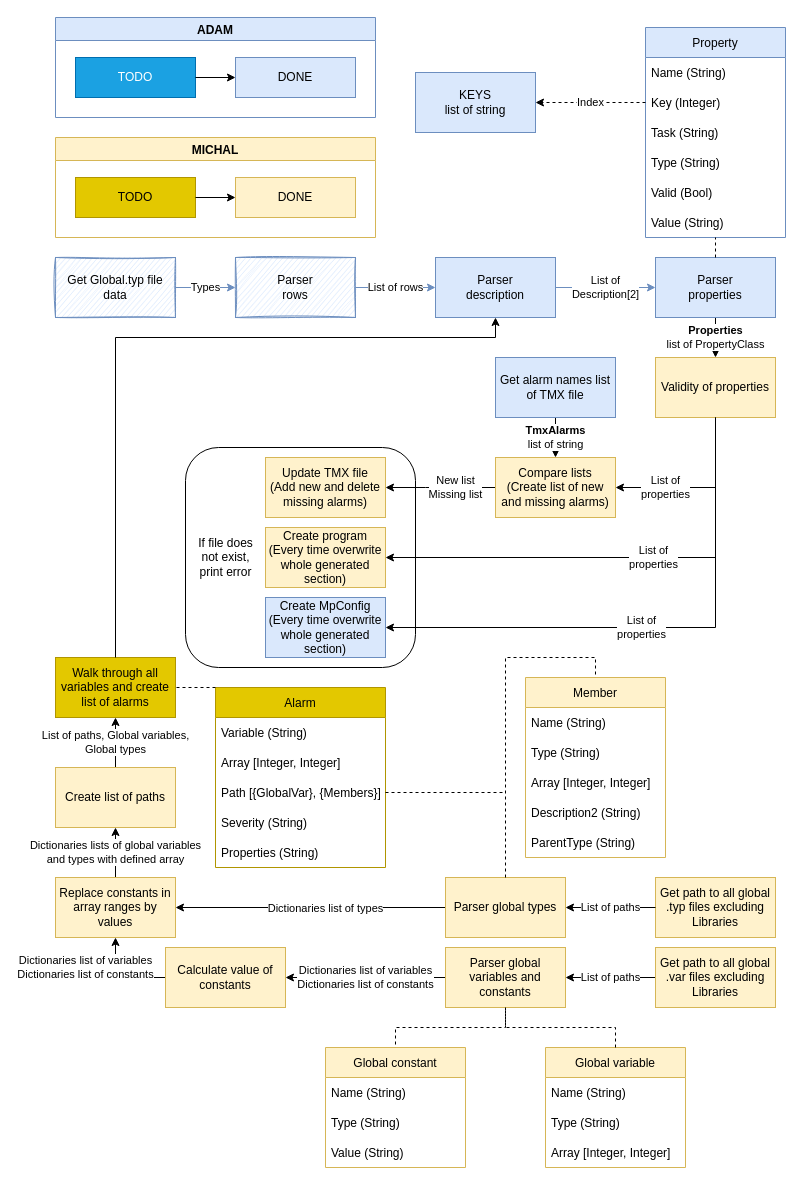
Above: CreateAlarms.drawio in br-automation-community-oss/create-alarms (draw.io), before the change. Source tidied: cells renumbered, new cells numbered last; positions are measured from the earlier drawing's top-left corner, leaving out a move shared by most shapes. Both pictures are drawn from the tidied source at 100%, with x=0, y=0 at pixel (55, 17).
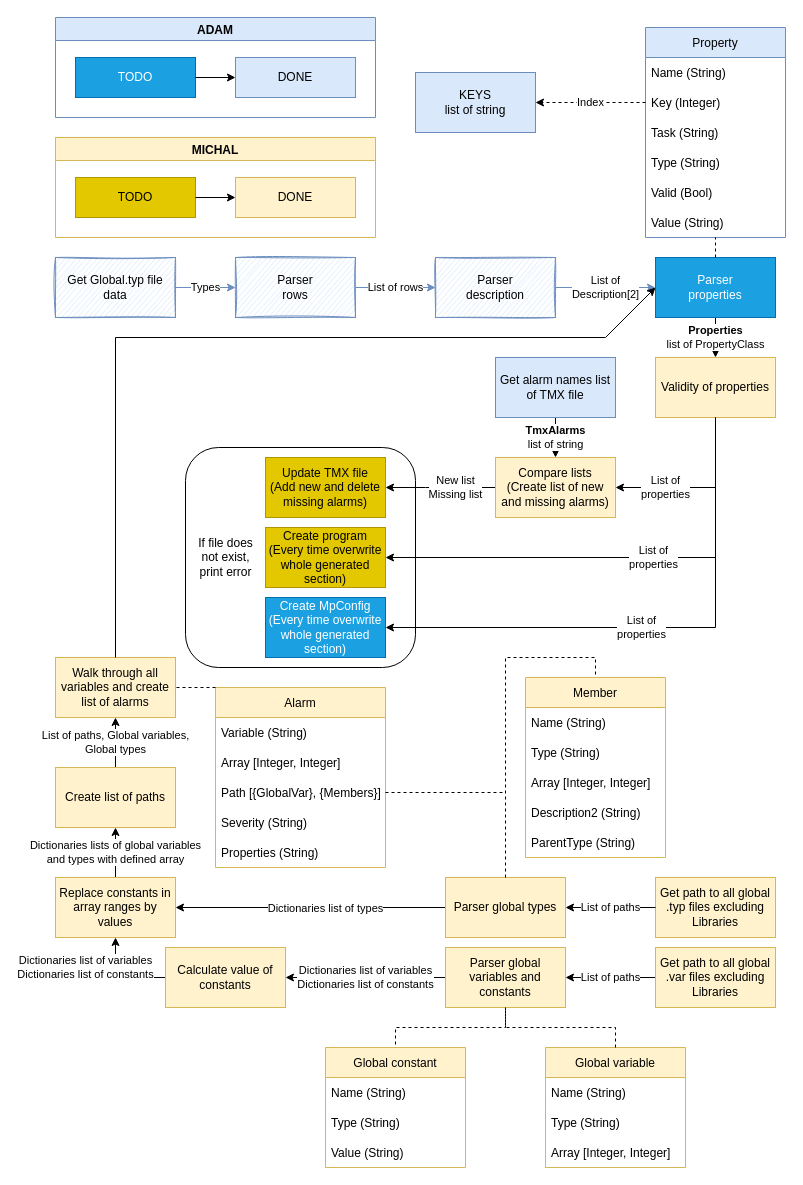
After the change.

What changed in the source:
```diff
@@
-    <mxCell id="11" value="Parser&lt;br&gt;description" style="rounded=0;whiteSpace=wrap;html=1;fillColor=#dae8fc;strokeColor=#6c8ebf;" parent="1" vertex="1">
+    <mxCell id="11" value="Parser&lt;br&gt;description" style="rounded=0;whiteSpace=wrap;html=1;fillColor=#dae8fc;strokeColor=#6c8ebf;fontColor=rgb(0, 0, 0);shadow=0;gradientDirection=west;glass=0;sketch=1;" parent="1" vertex="1">
       <mxGeometry x="380" y="240" width="120" height="60" as="geometry" />
     </mxCell>
@@
-    <mxCell id="15" value="Parser&lt;br&gt;properties" style="rounded=0;whiteSpace=wrap;html=1;fillColor=#dae8fc;strokeColor=#6c8ebf;" parent="1" vertex="1">
+    <mxCell id="15" value="Parser&lt;br&gt;properties" style="rounded=0;whiteSpace=wrap;html=1;fillColor=#1ba1e2;strokeColor=#006EAF;fontColor=#ffffff;" parent="1" vertex="1">
       <mxGeometry x="600" y="240" width="120" height="60" as="geometry" />
     </mxCell>
@@
-    <mxCell id="21" value="Create program&lt;br&gt;(Every time overwrite whole generated section)" style="whiteSpace=wrap;html=1;rounded=0;fillColor=#fff2cc;strokeColor=#d6b656;" parent="1" vertex="1">
+    <mxCell id="21" value="Create program&lt;br&gt;(Every time overwrite whole generated section)" style="whiteSpace=wrap;html=1;rounded=0;fillColor=#e3c800;strokeColor=#B09500;fontColor=#000000;" parent="1" vertex="1">
       <mxGeometry x="210" y="510" width="120" height="60" as="geometry" />
     </mxCell>
-    <mxCell id="22" value="Create MpConfig&lt;br&gt;(Every time overwrite whole generated section)" style="whiteSpace=wrap;html=1;rounded=0;fillColor=#dae8fc;strokeColor=#6c8ebf;" parent="1" vertex="1">
+    <mxCell id="22" value="Create MpConfig&lt;br&gt;(Every time overwrite whole generated section)" style="whiteSpace=wrap;html=1;rounded=0;fillColor=#1ba1e2;strokeColor=#006EAF;fontColor=#ffffff;" parent="1" vertex="1">
       <mxGeometry x="210" y="580" width="120" height="60" as="geometry" />
     </mxCell>
@@
-    <mxCell id="32" value="Update TMX file&lt;br&gt;(Add new and delete missing alarms)" style="rounded=0;whiteSpace=wrap;html=1;fillColor=#fff2cc;strokeColor=#d6b656;" parent="1" vertex="1">
+    <mxCell id="32" value="Update TMX file&lt;br&gt;(Add new and delete missing alarms)" style="rounded=0;whiteSpace=wrap;html=1;fillColor=#e3c800;strokeColor=#B09500;fontColor=#000000;" parent="1" vertex="1">
       <mxGeometry x="210" y="440" width="120" height="60" as="geometry" />
     </mxCell>
@@
-    <mxCell id="59" value="Walk through all variables and create list of alarms" style="whiteSpace=wrap;html=1;rounded=0;strokeColor=#B09500;fillColor=#e3c800;fontColor=#000000;" parent="1" vertex="1">
+    <mxCell id="59" value="Walk through all variables and create list of alarms" style="whiteSpace=wrap;html=1;rounded=0;strokeColor=#d6b656;fillColor=#fff2cc;" parent="1" vertex="1">
       <mxGeometry y="640" width="120" height="60" as="geometry" />
     </mxCell>
@@
-    <mxCell id="72" value="Alarm" style="swimlane;fontStyle=0;horizontal=1;startSize=30;fillColor=#e3c800;strokeColor=#B09500;fontColor=#000000;" parent="1" vertex="1">
+    <mxCell id="72" value="Alarm" style="swimlane;fontStyle=0;horizontal=1;startSize=30;fillColor=#fff2cc;strokeColor=#d6b656;" parent="1" vertex="1">
       <mxGeometry x="160" y="670" width="170" height="180" as="geometry" />
     </mxCell>
@@
-    <mxCell id="79" style="endArrow=classic;html=1;rounded=0;exitX=0.5;exitY=0;exitDx=0;exitDy=0;entryX=0.5;entryY=1;entryDx=0;entryDy=0;" parent="1" edge="1" source="59" target="11">
+    <mxCell id="79" style="endArrow=classic;html=1;rounded=0;exitX=0.5;exitY=0;exitDx=0;exitDy=0;entryX=0;entryY=0.5;entryDx=0;entryDy=0;" parent="1" edge="1" source="59" target="15">
       <mxGeometry relative="1" as="geometry">
         <Array as="points">
           <mxPoint x="60" y="320" />
-          <mxPoint x="440" y="320" />
+          <mxPoint x="550" y="320" />
         </Array>
       </mxGeometry>
     </mxCell>
```
